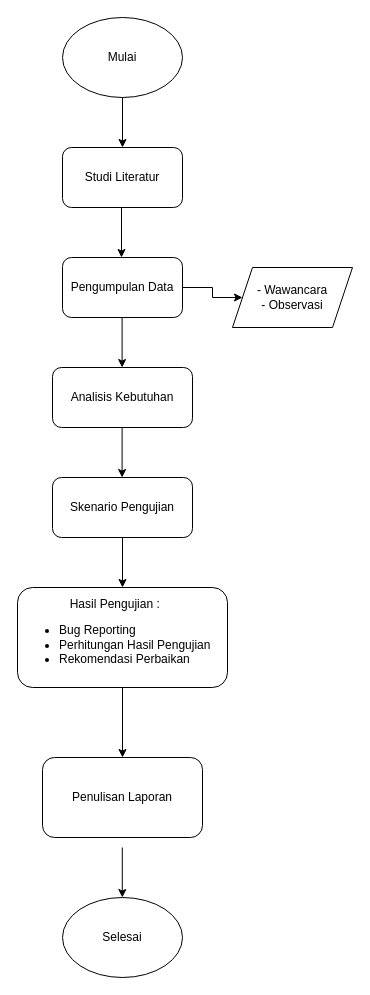
The draw.io diagram Diagram Tanpa Judul.drawio in atoengg/enggmedsos.github.io, before the edit. Source tidied: cells renumbered, new cells numbered last; positions are measured from the earlier drawing's top-left corner, leaving out a move shared by most shapes. Both pictures are drawn from the tidied source at 100%, with x=0, y=0 at pixel (17, 17).
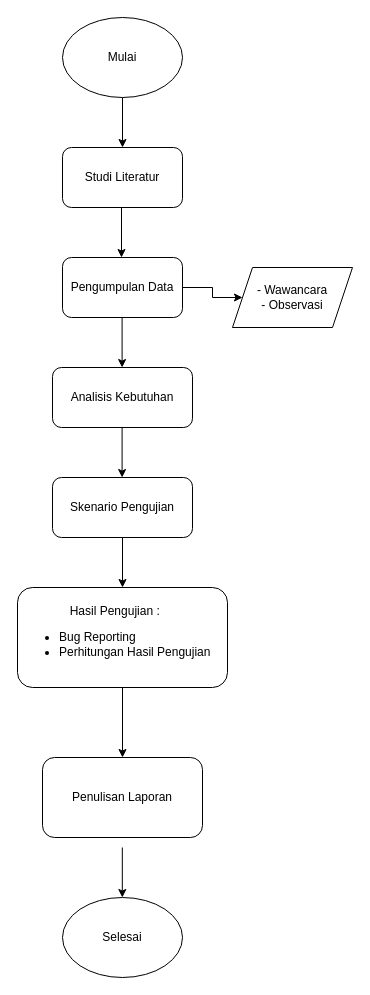
After the change.

Commit message:
Update Alur Penelitian (no-rekomendasi perbaikan)

Change to the diagram source:
```diff
@@
-    <mxCell id="15" value="&lt;div style=&quot;text-align: center;&quot;&gt;&lt;span style=&quot;background-color: initial;&quot;&gt;Hasil Pengujian :&lt;/span&gt;&lt;/div&gt;&lt;div&gt;&lt;ul&gt;&lt;li&gt;Bug Reporting&lt;/li&gt;&lt;li&gt;Perhitungan Hasil Pengujian&lt;/li&gt;&lt;li&gt;Rekomendasi Perbaikan&lt;/li&gt;&lt;/ul&gt;&lt;/div&gt;" style="rounded=1;whiteSpace=wrap;html=1;align=left;" parent="1" vertex="1">
+    <mxCell id="15" value="&lt;div style=&quot;text-align: center;&quot;&gt;&lt;span style=&quot;background-color: initial;&quot;&gt;Hasil Pengujian :&lt;/span&gt;&lt;/div&gt;&lt;div&gt;&lt;ul&gt;&lt;li&gt;Bug Reporting&lt;/li&gt;&lt;li&gt;Perhitungan Hasil Pengujian&lt;/li&gt;&lt;/ul&gt;&lt;/div&gt;" style="rounded=1;whiteSpace=wrap;html=1;align=left;" parent="1" vertex="1">
       <mxGeometry y="570" width="210" height="100" as="geometry" />
     </mxCell>
```
